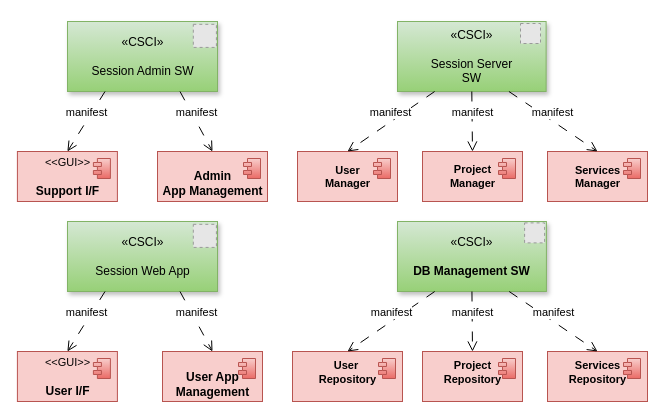
The draw.io diagram page "SAD Software Component" (2 of 3) of SAD Diagrams.drawio in Itaybarbar/myProject, before the edit. Source tidied: cells renumbered, new cells numbered last; positions are measured from the earlier drawing's top-left corner, leaving out a move shared by most shapes. Both pictures are drawn from the tidied source at 100%, with x=0, y=0 at pixel (17, 21). Pictures stored in the file or linked from it are replaced by grey dashed boxes.
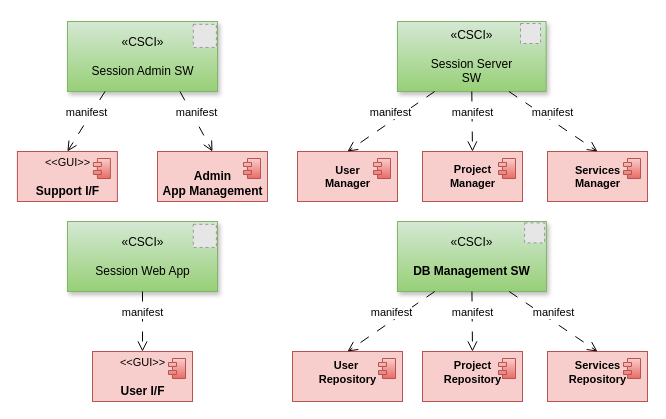
The same page after the edit.

The change refers to these unchanged cells:
```xml
<mxCell id="36" value="«CSCI»&lt;br&gt;&lt;br&gt;Session Web App" style="html=1;shadow=1;strokeColor=#82b366;fillColor=#d5e8d4;gradientColor=#97d077;gradientDirection=south;" parent="35" vertex="1">
  <mxGeometry width="150" height="70" as="geometry" />
</mxCell>
```

Change to the diagram source:
```diff
@@
     <mxCell id="38" value="&lt;blockquote style=&quot;margin: 0 0 0 40px ; border: none ; padding: 0px&quot;&gt;&lt;/blockquote&gt;&lt;span style=&quot;font-size: 11px&quot;&gt;&lt;span style=&quot;font-weight: normal&quot;&gt;&amp;lt;&amp;lt;GUI&amp;gt;&amp;gt;&lt;br&gt;&lt;/span&gt;&lt;br&gt;&lt;/span&gt;User I/F&lt;br&gt; " style="html=1;fillColor=#f8cecc;strokeColor=#b85450;align=center;fontStyle=1;" parent="1" vertex="1">
-      <mxGeometry x="-0.1" y="330" width="100" height="50" as="geometry" />
+      <mxGeometry x="75" y="330" width="100" height="50" as="geometry" />
     </mxCell>
@@
-    <mxCell id="40" value="&lt;blockquote style=&quot;margin: 0 0 0 40px ; border: none ; padding: 0px&quot;&gt;&lt;/blockquote&gt;&lt;span style=&quot;font-size: 11px&quot;&gt;&lt;span style=&quot;font-weight: normal&quot;&gt;&lt;br&gt;&lt;/span&gt;&lt;br&gt;&lt;/span&gt;User App&lt;br&gt;Management&lt;br&gt; " style="html=1;fillColor=#f8cecc;strokeColor=#b85450;align=center;fontStyle=1;verticalAlign=bottom;" parent="1" vertex="1">
-      <mxGeometry x="145" y="330" width="100" height="50" as="geometry" />
-    </mxCell>
-    <mxCell id="41" style="shape=module;jettyWidth=8;jettyHeight=4;fillColor=#f8cecc;strokeColor=#b85450;gradientColor=#ea6b66;" parent="40" vertex="1">
-      <mxGeometry x="1" width="17" height="20" relative="1" as="geometry">
-        <mxPoint x="-24" y="7" as="offset" />
-      </mxGeometry>
-    </mxCell>
-    <mxCell id="42" value="manifest" style="endArrow=open;startArrow=none;endFill=0;startFill=0;endSize=8;html=1;verticalAlign=bottom;dashed=1;labelBackgroundColor=default;dashPattern=10 10;rounded=0;fontSize=11;strokeWidth=1;jumpStyle=arc;jumpSize=4;exitX=0.75;exitY=1;exitDx=0;exitDy=0;entryX=0.5;entryY=0;entryDx=0;entryDy=0;" parent="1" edge="1" source="36" target="40">
-      <mxGeometry relative="1" as="geometry" />
-    </mxCell>
-    <mxCell id="43" value="manifest" style="endArrow=open;startArrow=none;endFill=0;startFill=0;endSize=8;html=1;verticalAlign=bottom;dashed=1;labelBackgroundColor=default;dashPattern=10 10;rounded=0;fontSize=11;strokeWidth=1;jumpStyle=arc;jumpSize=4;exitX=0.25;exitY=1;exitDx=0;exitDy=0;entryX=0.5;entryY=0;entryDx=0;entryDy=0;" parent="1" edge="1" source="36" target="38">
+    <mxCell id="43" value="manifest" style="endArrow=open;startArrow=none;endFill=0;startFill=0;endSize=8;html=1;verticalAlign=bottom;dashed=1;labelBackgroundColor=default;dashPattern=10 10;rounded=0;fontSize=11;strokeWidth=1;jumpStyle=arc;jumpSize=4;entryX=0.5;entryY=0;entryDx=0;entryDy=0;" parent="1" edge="1" source="36" target="38">
       <mxGeometry relative="1" as="geometry" />
     </mxCell>
```
